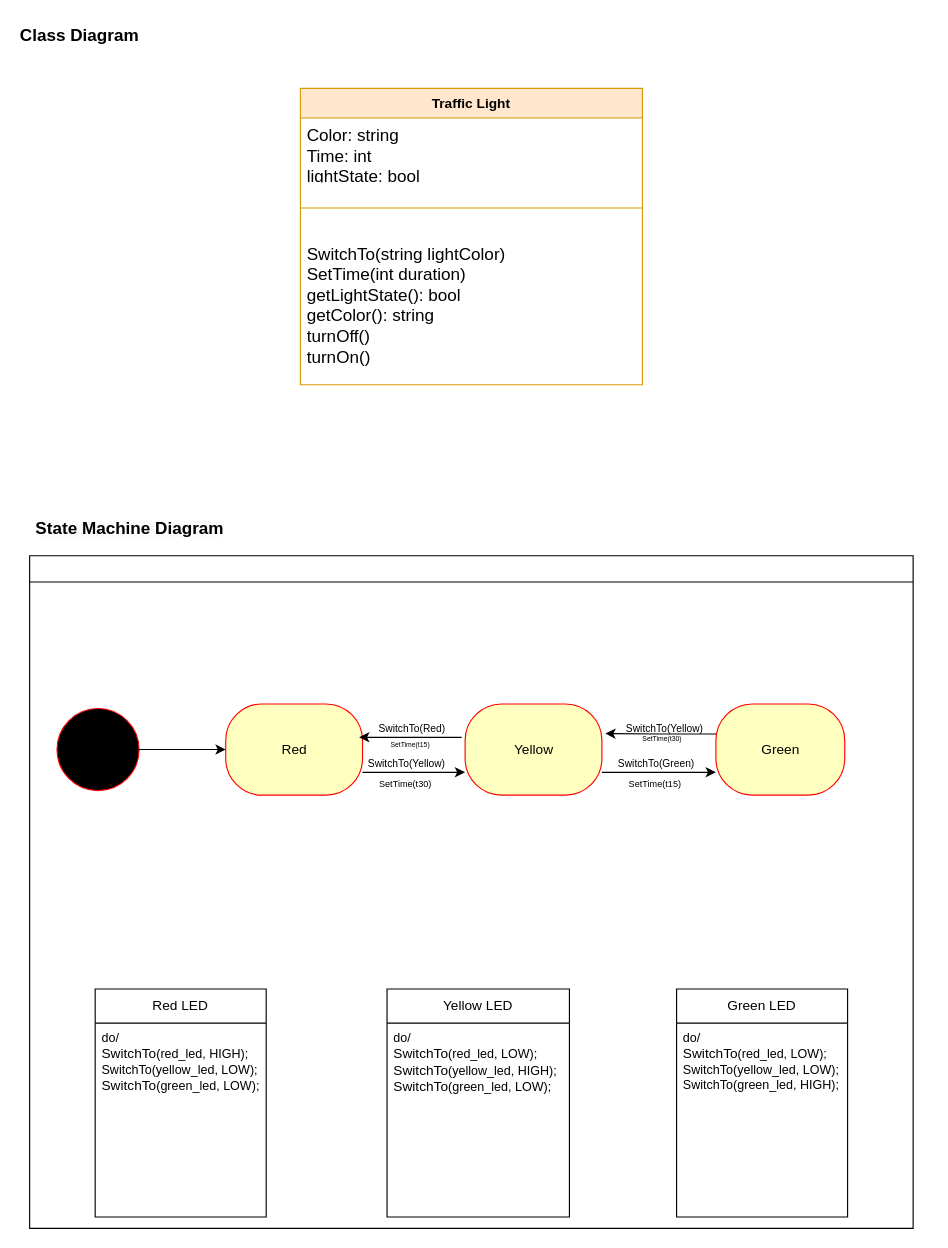
Earlier version of the draw.io diagram Task-1/Trafic-Light-Diagram.drawio (Enea322/Traffic-Light-Microcontroller). Source tidied: cells renumbered, new cells numbered last; positions are measured from the earlier drawing's top-left corner, leaving out a move shared by most shapes. Both pictures are drawn from the tidied source at 114%, with x=0, y=0 at pixel (28, 19).
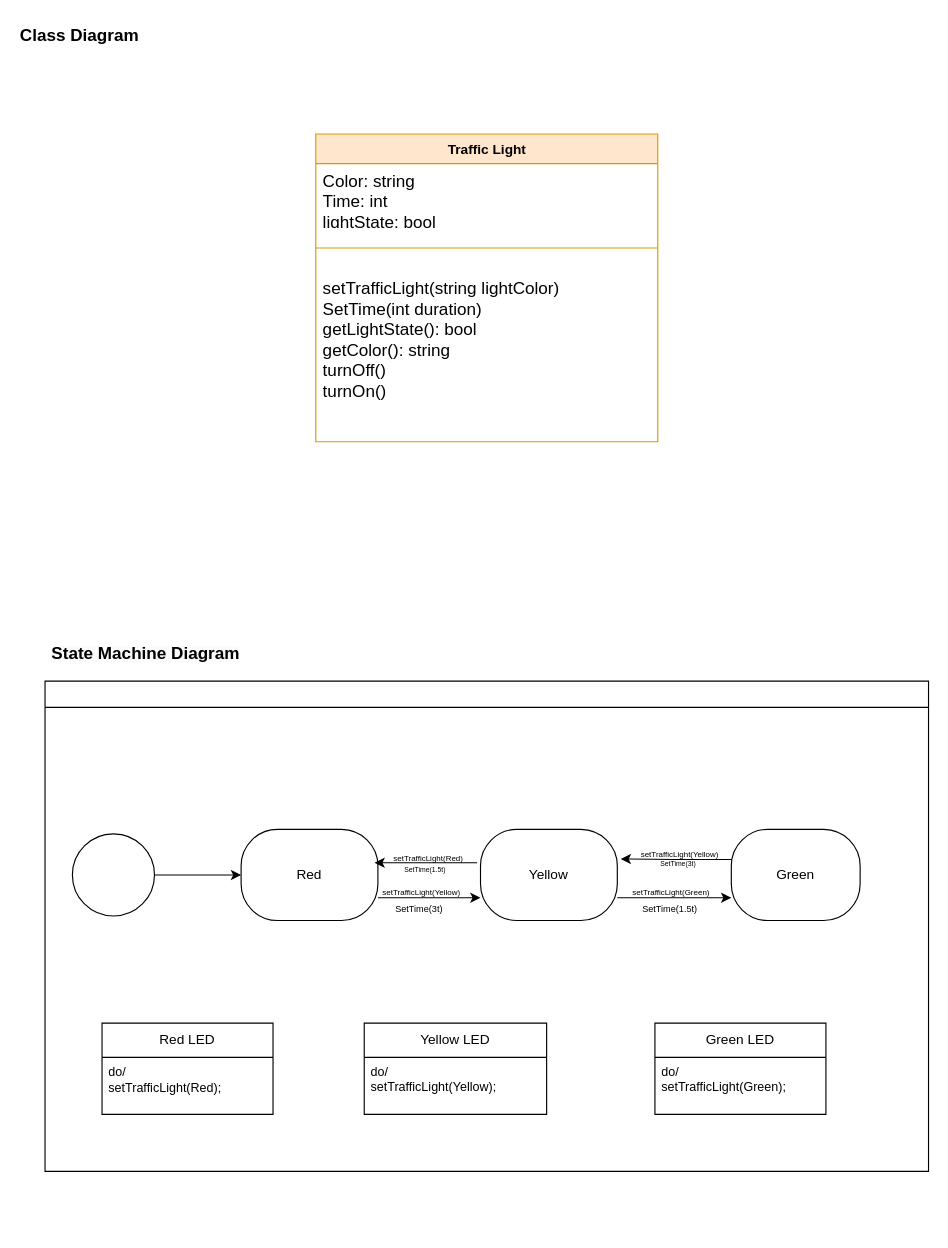
After the change.

Diff of the diagram source:
```diff
@@
     <mxCell id="3" value="&lt;div style=&quot;forced-color-adjust: none; font-size: 9px;&quot;&gt;&lt;br&gt;&lt;/div&gt;" style="swimlane;whiteSpace=wrap;html=1;" parent="1" vertex="1">
-      <mxGeometry x="0.5" y="470" width="775" height="590" as="geometry" />
+      <mxGeometry x="14" y="580" width="775" height="430" as="geometry" />
     </mxCell>
-    <mxCell id="4" value="Green LED" style="swimlane;fontStyle=0;horizontal=1;startSize=30;fillColor=none;whiteSpace=wrap;html=1;" parent="3" vertex="1">
-      <mxGeometry x="567.5" y="380" width="150" height="200" as="geometry" />
-    </mxCell>
-    <mxCell id="5" value="&lt;div style=&quot;font-size: 11px;&quot;&gt;&lt;div&gt;&lt;span class=&quot;hljs-built_in&quot;&gt;do/&lt;/span&gt;&lt;/div&gt;&lt;div&gt;&lt;span style=&quot;font-size: 12px; text-wrap: nowrap; background-color: initial;&quot;&gt;SwitchTo&lt;/span&gt;(red_led, LOW);&lt;br&gt;&lt;span style=&quot;text-wrap: nowrap;&quot;&gt;SwitchTo&lt;/span&gt;(yellow_led, LOW);&lt;br&gt;&lt;span style=&quot;text-wrap: nowrap;&quot;&gt;SwitchTo&lt;/span&gt;(green_led, HIGH);&lt;/div&gt;&lt;/div&gt;" style="text;strokeColor=none;fillColor=none;align=left;verticalAlign=top;spacingLeft=4;spacingRight=4;overflow=hidden;whiteSpace=wrap;html=1;" parent="4" vertex="1">
-      <mxGeometry y="30" width="150" height="170" as="geometry" />
-    </mxCell>
-    <mxCell id="6" value="Yellow LED" style="swimlane;fontStyle=0;horizontal=1;startSize=30;fillColor=none;whiteSpace=wrap;html=1;" parent="3" vertex="1">
-      <mxGeometry x="313.5" y="380" width="160" height="200" as="geometry" />
-    </mxCell>
-    <mxCell id="7" value="&lt;div style=&quot;font-size: 11px;&quot;&gt;&lt;div&gt;&lt;span class=&quot;hljs-built_in&quot;&gt;do/&lt;/span&gt;&lt;/div&gt;&lt;div&gt;&lt;span style=&quot;font-size: 12px; text-wrap: nowrap; background-color: initial;&quot;&gt;SwitchTo&lt;/span&gt;&lt;span style=&quot;background-color: initial;&quot;&gt;(red_led, LOW);&lt;/span&gt;&lt;/div&gt;&lt;div&gt;&lt;span style=&quot;font-size: 12px; text-wrap: nowrap; background-color: initial;&quot;&gt;SwitchTo&lt;/span&gt;(yellow_led, HIGH);&lt;br&gt;&lt;span style=&quot;font-size: 12px; text-wrap: nowrap;&quot;&gt;SwitchTo&lt;/span&gt;(green_led, LOW);&lt;/div&gt;&lt;/div&gt;" style="text;strokeColor=none;fillColor=none;align=left;verticalAlign=top;spacingLeft=4;spacingRight=4;overflow=hidden;whiteSpace=wrap;html=1;" parent="6" vertex="1">
-      <mxGeometry y="30" width="160" height="170" as="geometry" />
-    </mxCell>
-    <mxCell id="8" value="Red LED" style="swimlane;fontStyle=0;horizontal=1;startSize=30;fillColor=none;whiteSpace=wrap;html=1;" parent="3" vertex="1">
-      <mxGeometry x="57.5" y="380" width="150" height="200" as="geometry" />
-    </mxCell>
-    <mxCell id="9" value="&lt;div style=&quot;font-size: 11px;&quot;&gt;&lt;span class=&quot;hljs-built_in&quot;&gt;do/&lt;/span&gt;&lt;/div&gt;&lt;div style=&quot;font-size: 11px;&quot;&gt;&lt;span style=&quot;text-wrap: nowrap; background-color: initial; font-size: 12px;&quot;&gt;SwitchTo&lt;/span&gt;(red_led, HIGH);&lt;br&gt;&lt;span style=&quot;text-wrap: nowrap;&quot;&gt;SwitchTo&lt;/span&gt;(yellow_led, LOW);&lt;br&gt;&lt;span style=&quot;font-size: 12px; text-wrap: nowrap;&quot;&gt;SwitchTo&lt;/span&gt;(green_led, LOW);&lt;br&gt;&lt;/div&gt;" style="text;strokeColor=none;fillColor=none;align=left;verticalAlign=top;spacingLeft=4;spacingRight=4;overflow=hidden;whiteSpace=wrap;html=1;" parent="8" vertex="1">
-      <mxGeometry y="30" width="150" height="170" as="geometry" />
-    </mxCell>
-    <mxCell id="10" style="ellipse;html=1;shape=startState;fillColor=#000000;strokeColor=#ff0000;" parent="3" vertex="1">
+    <mxCell id="10" style="ellipse;html=1;shape=startState;" parent="3" vertex="1">
       <mxGeometry x="20" y="130" width="80" height="80" as="geometry" />
     </mxCell>
-    <mxCell id="11" style="edgeStyle=orthogonalEdgeStyle;rounded=0;orthogonalLoop=1;jettySize=auto;html=1;exitX=1;exitY=0.5;exitDx=0;exitDy=0;" parent="3" edge="1">
+    <mxCell id="11" style="edgeStyle=orthogonalEdgeStyle;rounded=0;jettySize=auto;html=1;exitX=0.951;exitY=0.5;exitDx=0;exitDy=0;exitPerimeter=0;" parent="3" edge="1" source="10">
       <mxGeometry relative="1" as="geometry">
-        <mxPoint x="100" y="170" as="sourcePoint" />
         <mxPoint x="172" y="170" as="targetPoint" />
-        <Array as="points">
-          <mxPoint x="92" y="170" />
-          <mxPoint x="132" y="170" />
-          <mxPoint x="172" y="171" />
-        </Array>
       </mxGeometry>
     </mxCell>
@@
-    <mxCell id="13" value="Red" style="rounded=1;whiteSpace=wrap;html=1;arcSize=40;fontColor=#000000;fillColor=#ffffc0;strokeColor=#ff0000;" parent="3" vertex="1">
+    <mxCell id="13" value="Red" style="rounded=1;whiteSpace=wrap;html=1;arcSize=40;" parent="3" vertex="1">
       <mxGeometry x="172" y="130" width="120" height="80" as="geometry" />
     </mxCell>
@@
-    <mxCell id="15" value="Yellow" style="rounded=1;whiteSpace=wrap;html=1;arcSize=40;fontColor=#000000;fillColor=#ffffc0;strokeColor=#ff0000;" parent="3" vertex="1">
+    <mxCell id="15" value="Yellow" style="rounded=1;whiteSpace=wrap;html=1;arcSize=40;" parent="3" vertex="1">
       <mxGeometry x="382" y="130" width="120" height="80" as="geometry" />
     </mxCell>
@@
-    <mxCell id="17" value="Green" style="rounded=1;whiteSpace=wrap;html=1;arcSize=40;fontColor=#000000;fillColor=#ffffc0;strokeColor=#ff0000;" parent="3" vertex="1">
+    <mxCell id="17" value="Green" style="rounded=1;whiteSpace=wrap;html=1;arcSize=40;" parent="3" vertex="1">
       <mxGeometry x="602" y="130" width="113" height="80" as="geometry" />
     </mxCell>
-    <mxCell id="18" value="&lt;div style=&quot;font-size: 9px;&quot;&gt;SwitchTo(Red)&lt;/div&gt;&lt;div&gt;&lt;br&gt;&lt;/div&gt;" style="text;whiteSpace=wrap;html=1;" parent="3" vertex="1">
+    <mxCell id="18" value="&lt;div style=&quot;&quot;&gt;&lt;font style=&quot;font-size: 7px;&quot;&gt;setTrafficLight(Red)&lt;/font&gt;&lt;/div&gt;" style="text;whiteSpace=wrap;html=1;" parent="3" vertex="1">
       <mxGeometry x="304" y="140" width="66" height="20" as="geometry" />
     </mxCell>
-    <mxCell id="19" value="&lt;div style=&quot;font-size: 9px;&quot;&gt;SwitchTo(Yellow)&lt;/div&gt;&lt;div&gt;&lt;br&gt;&lt;/div&gt;" style="text;whiteSpace=wrap;html=1;" parent="3" vertex="1">
+    <mxCell id="19" value="&lt;div style=&quot;font-size: 9px;&quot;&gt;&lt;span style=&quot;font-size: 7px;&quot;&gt;setTrafficLight(Yellow)&lt;/span&gt;&lt;/div&gt;" style="text;whiteSpace=wrap;html=1;" parent="3" vertex="1">
       <mxGeometry x="521" y="140" width="69" height="20" as="geometry" />
     </mxCell>
-    <mxCell id="20" value="&lt;div style=&quot;forced-color-adjust: none; font-size: 9px;&quot;&gt;SwitchTo(Yellow)&lt;/div&gt;&lt;div style=&quot;forced-color-adjust: none;&quot;&gt;&lt;br style=&quot;forced-color-adjust: none; color: rgb(0, 0, 0); font-family: Helvetica; font-size: 12px; font-style: normal; font-variant-ligatures: normal; font-variant-caps: normal; font-weight: 400; letter-spacing: normal; orphans: 2; text-align: left; text-indent: 0px; text-transform: none; widows: 2; word-spacing: 0px; -webkit-text-stroke-width: 0px; white-space: normal; background-color: rgb(251, 251, 251); text-decoration-thickness: initial; text-decoration-style: initial; text-decoration-color: initial;&quot;&gt;&lt;/div&gt;" style="text;html=1;align=center;verticalAlign=middle;strokeColor=none;fillColor=none;" parent="3" vertex="1">
-      <mxGeometry x="285" y="170" width="90" height="40" as="geometry" />
+    <mxCell id="20" value="&lt;div style=&quot;forced-color-adjust: none; font-size: 9px;&quot;&gt;&lt;span style=&quot;font-size: 7px; text-align: left; text-wrap-mode: wrap;&quot;&gt;setTrafficLight(Yellow)&lt;/span&gt;&lt;/div&gt;" style="text;html=1;align=center;verticalAlign=middle;strokeColor=none;fillColor=none;" parent="3" vertex="1">
+      <mxGeometry x="285" y="180" width="90" height="10" as="geometry" />
     </mxCell>
@@
-    <mxCell id="22" value="&lt;div style=&quot;font-size: 9px;&quot;&gt;SwitchTo(Green)&lt;/div&gt;&lt;div&gt;&lt;br style=&quot;text-align: left; text-wrap: wrap;&quot;&gt;&lt;/div&gt;" style="text;html=1;align=center;verticalAlign=middle;strokeColor=none;fillColor=none;" parent="3" vertex="1">
-      <mxGeometry x="504" y="170" width="90" height="40" as="geometry" />
+    <mxCell id="22" value="&lt;div style=&quot;font-size: 9px;&quot;&gt;&lt;span style=&quot;font-size: 7px; text-align: left; text-wrap-mode: wrap;&quot;&gt;setTrafficLight(Green)&lt;/span&gt;&lt;/div&gt;" style="text;html=1;align=center;verticalAlign=middle;strokeColor=none;fillColor=none;" parent="3" vertex="1">
+      <mxGeometry x="504" y="175" width="90" height="20" as="geometry" />
     </mxCell>
-    <mxCell id="23" value="&lt;div style=&quot;font-size: 8px;&quot;&gt;&lt;div&gt;SetTime(t30)&amp;nbsp;&lt;br&gt;&lt;/div&gt;&lt;div&gt;&lt;br style=&quot;text-align: left; text-wrap: wrap;&quot;&gt;&lt;/div&gt;&lt;/div&gt;" style="text;html=1;align=center;verticalAlign=middle;strokeColor=none;fillColor=none;" parent="3" vertex="1">
-      <mxGeometry x="295" y="190" width="70" height="30" as="geometry" />
+    <mxCell id="23" value="&lt;div style=&quot;font-size: 8px;&quot;&gt;&lt;div&gt;SetTime(3t)&amp;nbsp;&lt;br&gt;&lt;/div&gt;&lt;div&gt;&lt;br style=&quot;text-align: left; text-wrap: wrap;&quot;&gt;&lt;/div&gt;&lt;/div&gt;" style="text;html=1;align=center;verticalAlign=middle;strokeColor=none;fillColor=none;" parent="3" vertex="1">
+      <mxGeometry x="294" y="190" width="70" height="30" as="geometry" />
     </mxCell>
-    <mxCell id="24" value="&lt;div style=&quot;font-size: 8px;&quot;&gt;&lt;div&gt;SetTime(t15)&amp;nbsp;&lt;br&gt;&lt;/div&gt;&lt;div&gt;&lt;br style=&quot;text-wrap: wrap; text-align: left;&quot;&gt;&lt;/div&gt;&lt;/div&gt;" style="text;html=1;align=center;verticalAlign=middle;strokeColor=none;fillColor=none;" parent="3" vertex="1">
+    <mxCell id="24" value="&lt;div style=&quot;font-size: 8px;&quot;&gt;&lt;div&gt;SetTime(1.5t)&amp;nbsp;&lt;br&gt;&lt;/div&gt;&lt;div&gt;&lt;br style=&quot;text-wrap: wrap; text-align: left;&quot;&gt;&lt;/div&gt;&lt;/div&gt;" style="text;html=1;align=center;verticalAlign=middle;strokeColor=none;fillColor=none;" parent="3" vertex="1">
       <mxGeometry x="514" y="190" width="70" height="30" as="geometry" />
     </mxCell>
-    <mxCell id="25" value="&lt;div style=&quot;font-size: 6px;&quot;&gt;&lt;div&gt;SetTime(t15)&amp;nbsp;&lt;br&gt;&lt;/div&gt;&lt;div&gt;&lt;br style=&quot;text-wrap: wrap; text-align: left;&quot;&gt;&lt;/div&gt;&lt;/div&gt;" style="text;html=1;align=center;verticalAlign=middle;strokeColor=none;fillColor=none;" parent="3" vertex="1">
+    <mxCell id="25" value="&lt;div style=&quot;font-size: 6px;&quot;&gt;&lt;div&gt;SetTime(1.5t)&amp;nbsp;&lt;br&gt;&lt;/div&gt;&lt;div&gt;&lt;br style=&quot;text-wrap: wrap; text-align: left;&quot;&gt;&lt;/div&gt;&lt;/div&gt;" style="text;html=1;align=center;verticalAlign=middle;strokeColor=none;fillColor=none;" parent="3" vertex="1">
       <mxGeometry x="304" y="155" width="60" height="30" as="geometry" />
     </mxCell>
-    <mxCell id="26" value="&lt;div style=&quot;font-size: 6px;&quot;&gt;&lt;div&gt;SetTime(t30)&amp;nbsp;&lt;br&gt;&lt;/div&gt;&lt;div&gt;&lt;br style=&quot;text-wrap: wrap; text-align: left;&quot;&gt;&lt;/div&gt;&lt;/div&gt;" style="text;html=1;align=center;verticalAlign=middle;strokeColor=none;fillColor=none;" parent="3" vertex="1">
+    <mxCell id="26" value="&lt;div style=&quot;font-size: 6px;&quot;&gt;&lt;div&gt;SetTime(3t)&amp;nbsp;&lt;br&gt;&lt;/div&gt;&lt;div&gt;&lt;br style=&quot;text-wrap: wrap; text-align: left;&quot;&gt;&lt;/div&gt;&lt;/div&gt;" style="text;html=1;align=center;verticalAlign=middle;strokeColor=none;fillColor=none;" parent="3" vertex="1">
       <mxGeometry x="525.5" y="150" width="60" height="30" as="geometry" />
     </mxCell>
+    <mxCell id="4" value="Green LED" style="swimlane;fontStyle=0;horizontal=1;startSize=30;fillColor=none;whiteSpace=wrap;html=1;" parent="3" vertex="1">
+      <mxGeometry x="535" y="300" width="150" height="80" as="geometry" />
+    </mxCell>
+    <mxCell id="32" value="&lt;div style=&quot;font-size: 11px;&quot;&gt;&lt;div&gt;&lt;span class=&quot;hljs-built_in&quot;&gt;do/&lt;/span&gt;&lt;/div&gt;&lt;div&gt;&lt;span style=&quot;text-align: center; text-wrap-mode: nowrap; background-color: rgb(255, 255, 255);&quot;&gt;setTrafficLight(Green);&lt;/span&gt;&lt;/div&gt;&lt;/div&gt;" style="text;strokeColor=none;fillColor=none;align=left;verticalAlign=top;spacingLeft=4;spacingRight=4;overflow=hidden;whiteSpace=wrap;html=1;" parent="4" vertex="1">
+      <mxGeometry y="30" width="150" height="50" as="geometry" />
+    </mxCell>
+    <mxCell id="6" value="Yellow LED" style="swimlane;fontStyle=0;horizontal=1;startSize=30;fillColor=none;whiteSpace=wrap;html=1;" parent="3" vertex="1">
+      <mxGeometry x="280" y="300" width="160" height="80" as="geometry" />
+    </mxCell>
+    <mxCell id="33" value="&lt;div style=&quot;font-size: 11px;&quot;&gt;&lt;div&gt;&lt;span class=&quot;hljs-built_in&quot;&gt;do/&lt;/span&gt;&lt;/div&gt;&lt;div&gt;&lt;span style=&quot;text-align: center; text-wrap-mode: nowrap; background-color: rgb(255, 255, 255);&quot;&gt;setTrafficLight(Yellow);&lt;/span&gt;&lt;/div&gt;&lt;/div&gt;" style="text;strokeColor=none;fillColor=none;align=left;verticalAlign=top;spacingLeft=4;spacingRight=4;overflow=hidden;whiteSpace=wrap;html=1;" parent="6" vertex="1">
+      <mxGeometry y="30" width="160" height="50" as="geometry" />
+    </mxCell>
+    <mxCell id="8" value="Red LED" style="swimlane;fontStyle=0;horizontal=1;startSize=30;fillColor=none;whiteSpace=wrap;html=1;" parent="3" vertex="1">
+      <mxGeometry x="50" y="300" width="150" height="80" as="geometry" />
+    </mxCell>
+    <mxCell id="34" value="&lt;div style=&quot;font-size: 11px;&quot;&gt;&lt;span class=&quot;hljs-built_in&quot;&gt;do/&lt;/span&gt;&lt;/div&gt;&lt;div style=&quot;&quot;&gt;&lt;span style=&quot;text-align: center; text-wrap-mode: nowrap; background-color: rgb(255, 255, 255);&quot;&gt;&lt;font style=&quot;font-size: 11px;&quot;&gt;setTrafficLight(Red);&lt;/font&gt;&lt;/span&gt;&lt;/div&gt;" style="text;strokeColor=none;fillColor=none;align=left;verticalAlign=top;spacingLeft=4;spacingRight=4;overflow=hidden;whiteSpace=wrap;html=1;" parent="8" vertex="1">
+      <mxGeometry y="30" width="150" height="50" as="geometry" />
+    </mxCell>
     <mxCell id="27" value="&lt;span style=&quot;color: rgb(0, 0, 0); font-family: Helvetica; font-style: normal; font-variant-ligatures: normal; font-variant-caps: normal; font-weight: 700; letter-spacing: normal; orphans: 2; text-align: center; text-indent: 0px; text-transform: none; widows: 2; word-spacing: 0px; -webkit-text-stroke-width: 0px; white-space: nowrap; background-color: rgb(251, 251, 251); text-decoration-thickness: initial; text-decoration-style: initial; text-decoration-color: initial; float: none; display: inline !important;&quot;&gt;&lt;font style=&quot;font-size: 15px;&quot;&gt;State Machine Diagram&lt;/font&gt;&lt;/span&gt;" style="text;whiteSpace=wrap;html=1;" parent="1" vertex="1">
-      <mxGeometry x="4" y="430" width="120" height="40" as="geometry" />
+      <mxGeometry x="17.5" y="540" width="120" height="40" as="geometry" />
     </mxCell>
     <mxCell id="28" value="Traffic Light" style="swimlane;fontStyle=1;align=center;verticalAlign=top;horizontal=1;startSize=26;whiteSpace=wrap;html=1;fillColor=#ffe6cc;strokeColor=#d79b00;" parent="1" vertex="1">
-      <mxGeometry x="238" y="60" width="300" height="260" as="geometry" />
+      <mxGeometry x="251.5" y="100" width="300" height="270" as="geometry" />
     </mxCell>
@@
     <mxCell id="30" style="line;strokeWidth=1;fillColor=none;align=left;verticalAlign=middle;spacingTop=-1;spacingLeft=3;spacingRight=3;labelPosition=right;strokeColor=inherit;" parent="28" vertex="1">
-      <mxGeometry y="80" width="300" height="50" as="geometry" />
+      <mxGeometry y="80" width="300" height="40" as="geometry" />
     </mxCell>
-    <mxCell id="31" value="&lt;div style=&quot;font-size: 15px;&quot;&gt;&lt;font style=&quot;font-size: 15px;&quot;&gt;SwitchTo(string lightColor)&lt;/font&gt;&lt;/div&gt;&lt;div style=&quot;font-size: 15px;&quot;&gt;&lt;font style=&quot;font-size: 15px;&quot;&gt;&lt;span style=&quot;background-color: initial;&quot;&gt;SetTime(int duration)&amp;nbsp;&lt;/span&gt;&lt;br&gt;&lt;/font&gt;&lt;/div&gt;&lt;div style=&quot;font-size: 15px;&quot;&gt;&lt;font style=&quot;font-size: 15px;&quot;&gt;getLightState(): &lt;span class=&quot;hljs-type&quot;&gt;bool&lt;/span&gt;&lt;/font&gt;&lt;/div&gt;&lt;div style=&quot;font-size: 15px;&quot;&gt;&lt;font style=&quot;font-size: 15px;&quot;&gt;getColor(): &lt;span style=&quot;&quot; class=&quot;hljs-built_in&quot;&gt;string&lt;/span&gt;&amp;nbsp;&lt;br&gt;turnOff()&amp;nbsp;&lt;br&gt;turnOn()&amp;nbsp;&lt;/font&gt;&lt;br&gt;&lt;/div&gt;" style="text;strokeColor=none;fillColor=none;align=left;verticalAlign=top;spacingLeft=4;spacingRight=4;overflow=hidden;whiteSpace=wrap;html=1;" parent="28" vertex="1">
-      <mxGeometry y="130" width="300" height="130" as="geometry" />
+    <mxCell id="31" value="&lt;div style=&quot;font-size: 15px;&quot;&gt;&lt;span style=&quot;background-color: initial;&quot;&gt;setTrafficLight(string lightColor)&lt;/span&gt;&lt;/div&gt;&lt;div style=&quot;font-size: 15px;&quot;&gt;&lt;span style=&quot;background-color: initial;&quot;&gt;SetTime(int duration)&amp;nbsp;&lt;/span&gt;&lt;/div&gt;&lt;div style=&quot;font-size: 15px;&quot;&gt;&lt;font style=&quot;font-size: 15px;&quot;&gt;getLightState(): &lt;span class=&quot;hljs-type&quot;&gt;bool&lt;/span&gt;&lt;/font&gt;&lt;/div&gt;&lt;div style=&quot;font-size: 15px;&quot;&gt;&lt;font style=&quot;font-size: 15px;&quot;&gt;getColor(): &lt;span style=&quot;&quot; class=&quot;hljs-built_in&quot;&gt;string&lt;/span&gt;&amp;nbsp;&lt;br&gt;turnOff()&amp;nbsp;&lt;br&gt;turnOn()&amp;nbsp;&lt;/font&gt;&lt;br&gt;&lt;/div&gt;" style="text;strokeColor=none;fillColor=none;align=left;verticalAlign=top;spacingLeft=4;spacingRight=4;overflow=hidden;whiteSpace=wrap;html=1;" parent="28" vertex="1">
+      <mxGeometry y="120" width="300" height="150" as="geometry" />
     </mxCell>
```
